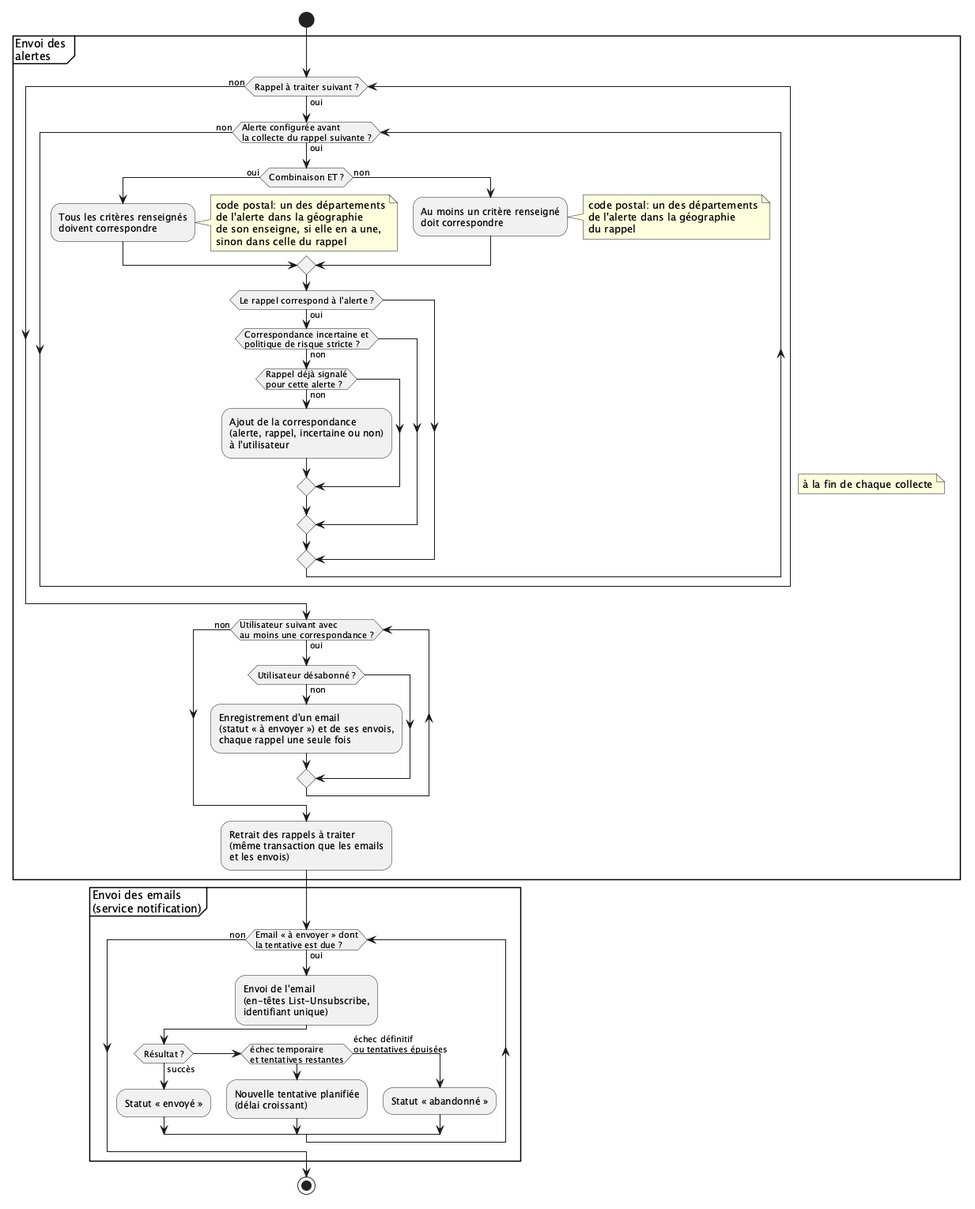
Before: doc/umldiagrams/workflows/alerteenvoi.png, a diagram exported from PlantUML (lodygens/cadi).
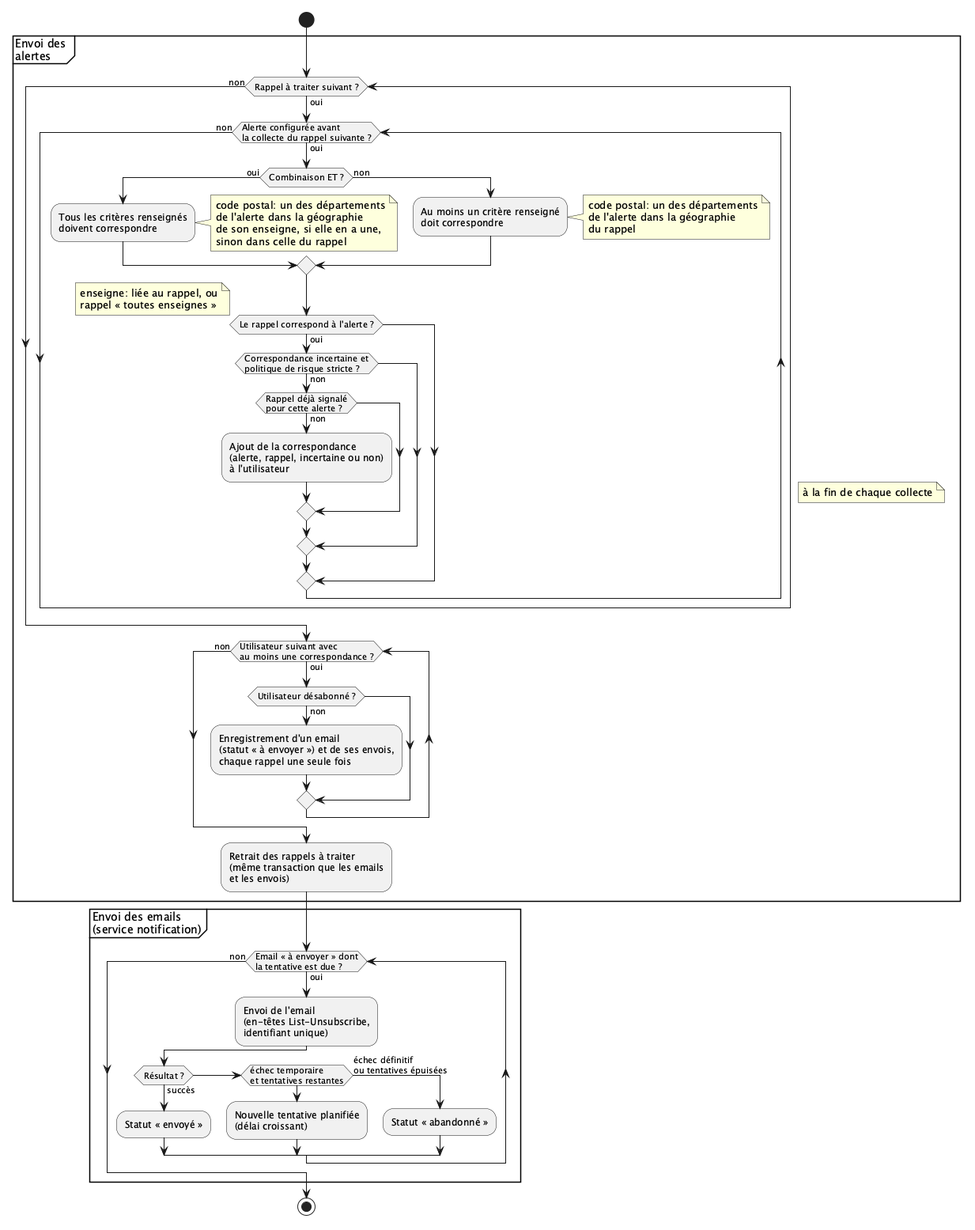
The same diagram one commit later.

Diff of the diagram source:
```diff
@@ -25,6 +25,10 @@
             end note
         endif
         if (Le rappel correspond à l'alerte ?) then (oui)
+            note right
+              enseigne: liée au rappel, ou
+              rappel « toutes enseignes »
+            end note
             if (Correspondance incertaine et\npolitique de risque stricte ?) then (non)
                 if (Rappel déjà signalé\npour cette alerte ?) then (non)
                     :Ajout de la correspondance
```
